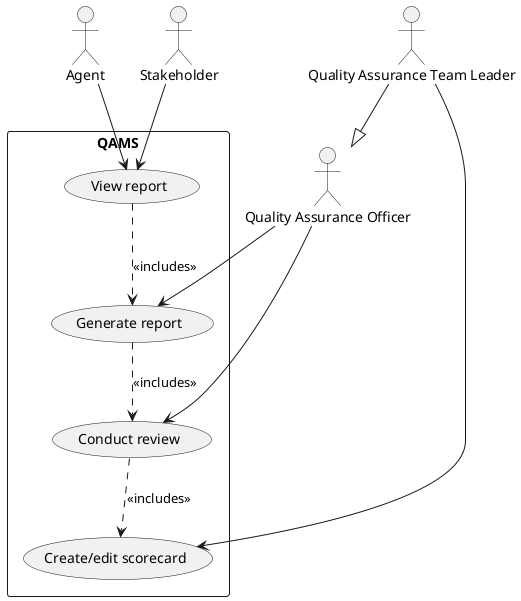
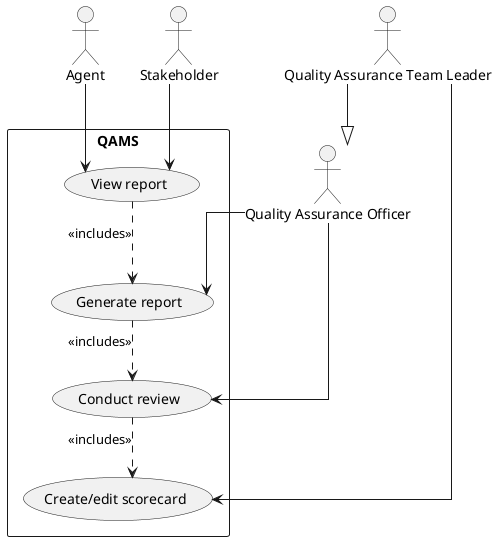
@startuml ucd
+ 
+ skinparam linetype ortho

actor "Quality Assurance Officer" as qa
actor "Quality Assurance Team Leader" as qal
actor "Agent" as ag
actor "Stakeholder" as sh

qal --|> qa

rectangle "QAMS" {
    (Create/edit scorecard) as uc1
    (Conduct review) as uc2
    (Generate report) as uc3
    (View report) as uc4
}

qal --> uc1

qa --> uc2
qa --> uc3

sh --> uc4
ag --> uc4

uc2 ..> uc1: <<includes>>
uc3 ..> uc2: <<includes>>
uc4 ..> uc3: <<includes>>

@enduml